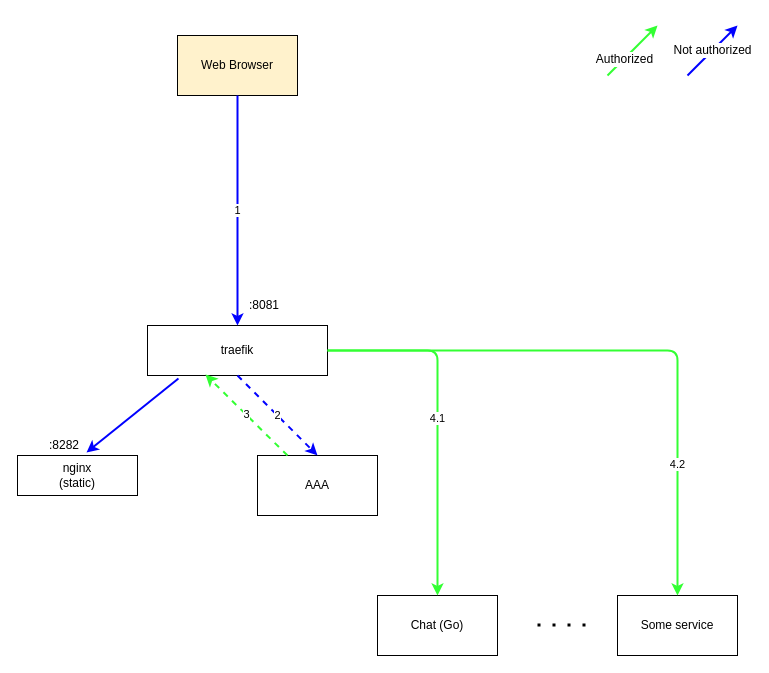
Above: .markdown/auth.drawio in nkonev/videochat (draw.io), before the change. Source tidied: cells renumbered, new cells numbered last; positions are measured from the earlier drawing's top-left corner, leaving out a move shared by most shapes. Both pictures are drawn from the tidied source at 100%, with x=0, y=0 at pixel (17, 25).
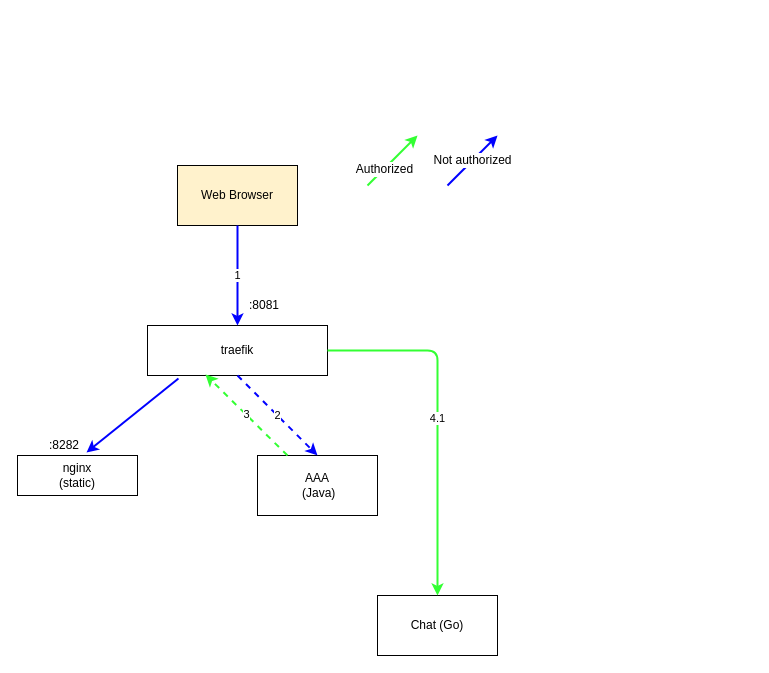
After the change.

The change refers to these unchanged cells:
```xml
<mxCell id="6" value="&lt;div&gt;traefik&lt;/div&gt;" style="rounded=0;whiteSpace=wrap;html=1;fillColor=#FFFFFF;" parent="1" vertex="1">
  <mxGeometry x="130" y="300" width="180" height="50" as="geometry" />
</mxCell>
```

Change to the diagram source:
```diff
@@
     <mxCell id="2" value="Web Browser" style="rounded=0;whiteSpace=wrap;html=1;fillColor=#FFF2CC;" parent="1" vertex="1">
-      <mxGeometry x="160" y="10" width="120" height="60" as="geometry" />
+      <mxGeometry x="160" y="140" width="120" height="60" as="geometry" />
     </mxCell>
-    <mxCell id="3" value="&lt;div&gt;AAA&lt;/div&gt;" style="rounded=0;whiteSpace=wrap;html=1;fillColor=#FFFFFF;" parent="1" vertex="1">
+    <mxCell id="3" value="&lt;div&gt;AAA&lt;/div&gt;&amp;nbsp;(Java)" style="rounded=0;whiteSpace=wrap;html=1;fillColor=#FFFFFF;" parent="1" vertex="1">
       <mxGeometry x="240" y="430" width="120" height="60" as="geometry" />
     </mxCell>
@@
-    <mxCell id="5" value="&lt;div&gt;Some service&lt;/div&gt;" style="rounded=0;whiteSpace=wrap;html=1;fillColor=#FFFFFF;" parent="1" vertex="1">
-      <mxGeometry x="600" y="570" width="120" height="60" as="geometry" />
-    </mxCell>
@@
-    <mxCell id="11" value="&lt;div&gt;4.2&lt;/div&gt;" style="endArrow=classic;html=1;strokeColor=#33FF33;strokeWidth=2;exitX=1;exitY=0.5;exitDx=0;exitDy=0;entryX=0.5;entryY=0;entryDx=0;entryDy=0;jumpSize=6;" parent="1" edge="1" source="6" target="5">
-      <mxGeometry x="0.56" relative="1" as="geometry">
-        <Array as="points">
-          <mxPoint x="660" y="325" />
-        </Array>
-      </mxGeometry>
-    </mxCell>
     <mxCell id="12" style="endArrow=classic;html=1;strokeColor=#33FF33;strokeWidth=2;fontColor=#000000;" parent="1" edge="1">
       <mxGeometry relative="1" as="geometry">
-        <mxPoint x="590" y="50" as="sourcePoint" />
-        <mxPoint x="640" as="targetPoint" />
+        <mxPoint x="350" y="160" as="sourcePoint" />
+        <mxPoint x="400" y="110" as="targetPoint" />
       </mxGeometry>
     </mxCell>
@@
     <mxCell id="14" value="Not authorized" style="endArrow=classic;html=1;strokeColor=#0000FF;strokeWidth=2;fontColor=#000000;fontSize=12;" parent="1" edge="1">
       <mxGeometry relative="1" as="geometry">
-        <mxPoint x="670" y="50" as="sourcePoint" />
-        <mxPoint x="720" as="targetPoint" />
+        <mxPoint x="430" y="160" as="sourcePoint" />
+        <mxPoint x="480" y="110" as="targetPoint" />
       </mxGeometry>
     </mxCell>
-    <mxCell id="15" style="endArrow=none;dashed=1;html=1;strokeWidth=3;dashPattern=1 4;" parent="1" edge="1">
-      <mxGeometry relative="1" as="geometry">
-        <mxPoint x="520" y="599.5" as="sourcePoint" />
-        <mxPoint x="580" y="599.5" as="targetPoint" />
-        <Array as="points">
-          <mxPoint x="560" y="599.5" />
-        </Array>
-      </mxGeometry>
-    </mxCell>
```
